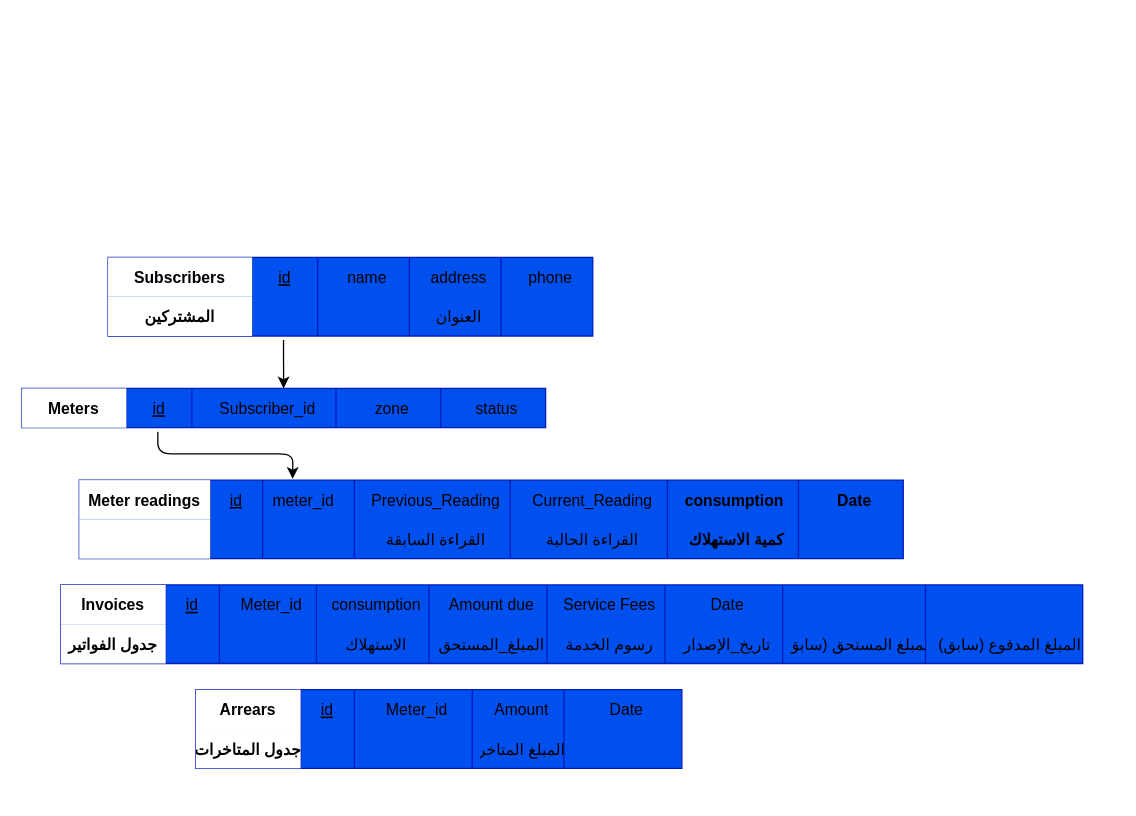
Earlier version of the draw.io diagram page "Page-1" (1 of 2) of public/DFD.drawio (hashalshami/Energy-Station-System). Source tidied: cells renumbered, new cells numbered last; positions are measured from the earlier drawing's top-left corner, leaving out a move shared by most shapes. Both pictures are drawn from the tidied source at 131%, with x=0, y=0 at pixel (21, 257).
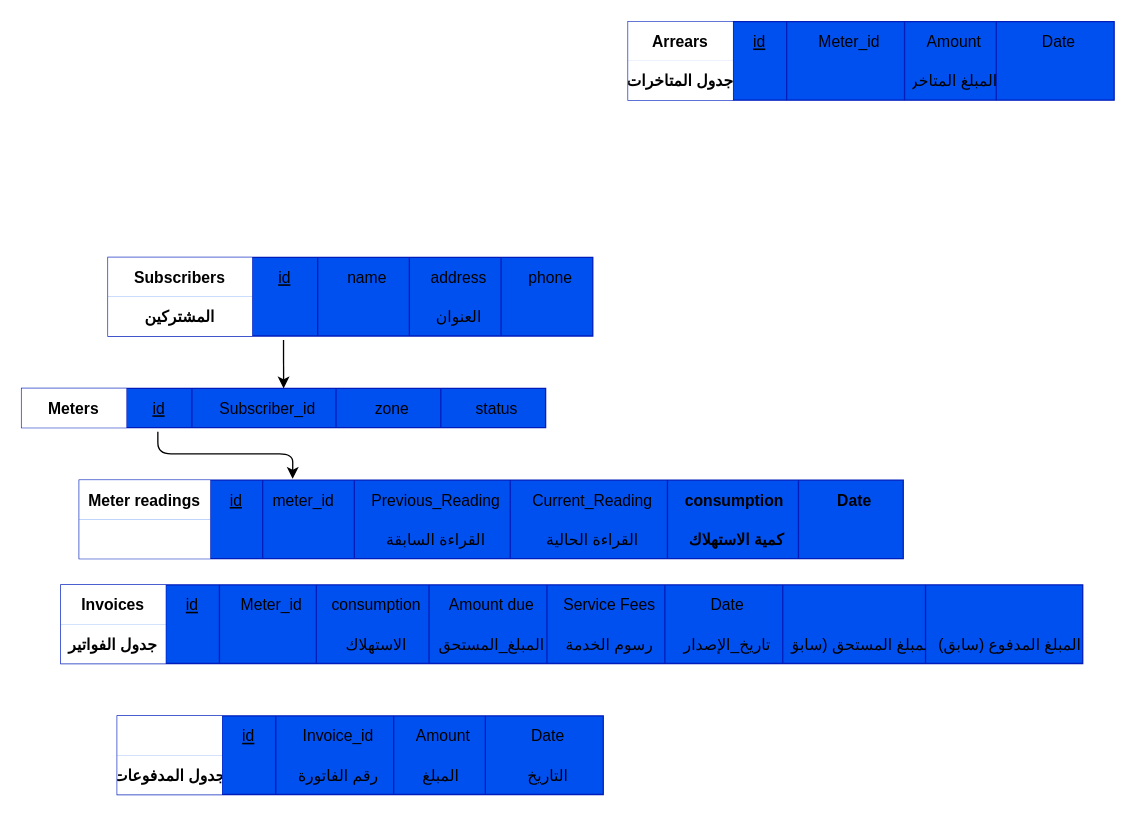
The same diagram, later.

Unchanged cells that the change refers to:
```xml
<mxCell id="41" style="shape=tableRow;horizontal=0;startSize=0;swimlaneHead=0;swimlaneBody=0;fillColor=none;top=0;left=0;right=0;bottom=0;strokeColor=#001DBC;" parent="40" vertex="1">
  <mxGeometry width="371" height="30" as="geometry" />
</mxCell>
<mxCell id="47" style="shape=tableRow;horizontal=0;startSize=0;swimlaneHead=0;swimlaneBody=0;fillColor=none;top=0;left=0;right=0;bottom=0;strokeColor=#001DBC;" parent="40" vertex="1">
  <mxGeometry y="30" width="371" height="30" as="geometry" />
</mxCell>
```

The edit, as a diff of the source:
```diff
@@
     <mxCell id="40" style="shape=table;startSize=0;childLayout=tableLayout;rowLines=0;fontStyle=0;align=center;strokeColor=#001DBC;fillColor=#0050ef;fontColor=#ffffff;" parent="1" vertex="1">
-      <mxGeometry x="133" y="330" width="371" height="60" as="geometry" />
+      <mxGeometry x="73" y="350" width="371" height="60" as="geometry" />
     </mxCell>
@@
-    <mxCell id="42" value="Arrears" style="shape=partialRectangle;top=0;left=0;bottom=0;right=0;overflow=hidden;fontStyle=1;strokeColor=#001DBC;" parent="41" vertex="1">
+    <mxCell id="42" style="shape=partialRectangle;top=0;left=0;bottom=0;right=0;overflow=hidden;fontStyle=1;strokeColor=#001DBC;" parent="41" vertex="1">
       <mxGeometry width="80" height="30" as="geometry" />
     </mxCell>
@@
-    <mxCell id="44" value="Meter_id" style="shape=partialRectangle;fillColor=none;top=0;left=0;bottom=0;right=0;align=center;spacingLeft=6;overflow=hidden;strokeColor=#001DBC;" parent="41" vertex="1">
+    <mxCell id="44" value="Invoice_id" style="shape=partialRectangle;fillColor=none;top=0;left=0;bottom=0;right=0;align=center;spacingLeft=6;overflow=hidden;strokeColor=#001DBC;" parent="41" vertex="1">
       <mxGeometry x="121" width="90" height="30" as="geometry" />
     </mxCell>
@@
-    <mxCell id="48" value="جدول المتاخرات" style="shape=partialRectangle;top=0;left=0;bottom=0;right=0;overflow=hidden;fontStyle=1;strokeColor=#001DBC;" parent="47" vertex="1">
+    <mxCell id="48" value="جدول المدفوعات" style="shape=partialRectangle;top=0;left=0;bottom=0;right=0;overflow=hidden;fontStyle=1;strokeColor=#001DBC;" parent="47" vertex="1">
       <mxGeometry width="80" height="30" as="geometry" />
     </mxCell>
@@
-    <mxCell id="50" style="shape=partialRectangle;fillColor=none;top=0;left=0;bottom=0;right=0;align=center;spacingLeft=6;overflow=hidden;strokeColor=#001DBC;" parent="47" vertex="1">
+    <mxCell id="50" value="رقم الفاتورة" style="shape=partialRectangle;fillColor=none;top=0;left=0;bottom=0;right=0;align=center;spacingLeft=6;overflow=hidden;strokeColor=#001DBC;" parent="47" vertex="1">
       <mxGeometry x="121" width="90" height="30" as="geometry" />
     </mxCell>
-    <mxCell id="51" value="المبلغ المتاخر" style="shape=partialRectangle;fillColor=none;top=0;left=0;bottom=0;right=0;align=center;spacingLeft=6;overflow=hidden;strokeColor=#001DBC;" parent="47" vertex="1">
+    <mxCell id="51" value="المبلغ " style="shape=partialRectangle;fillColor=none;top=0;left=0;bottom=0;right=0;align=center;spacingLeft=6;overflow=hidden;strokeColor=#001DBC;" parent="47" vertex="1">
       <mxGeometry x="211" width="70" height="30" as="geometry" />
     </mxCell>
-    <mxCell id="52" style="shape=partialRectangle;fillColor=none;top=0;left=0;bottom=0;right=0;align=center;spacingLeft=6;overflow=hidden;strokeColor=#001DBC;" parent="47" vertex="1">
+    <mxCell id="52" value="التاريخ" style="shape=partialRectangle;fillColor=none;top=0;left=0;bottom=0;right=0;align=center;spacingLeft=6;overflow=hidden;strokeColor=#001DBC;" parent="47" vertex="1">
       <mxGeometry x="281" width="90" height="30" as="geometry" />
     </mxCell>
@@
+    <mxCell id="75" style="shape=table;startSize=0;childLayout=tableLayout;rowLines=0;fontStyle=0;align=center;strokeColor=#001DBC;fillColor=#0050ef;fontColor=#ffffff;" parent="1" vertex="1">
+      <mxGeometry x="463" y="-180" width="371" height="60" as="geometry" />
+    </mxCell>
+    <mxCell id="76" style="shape=tableRow;horizontal=0;startSize=0;swimlaneHead=0;swimlaneBody=0;fillColor=none;top=0;left=0;right=0;bottom=0;strokeColor=#001DBC;" parent="75" vertex="1">
+      <mxGeometry width="371" height="30" as="geometry" />
+    </mxCell>
+    <mxCell id="77" value="Arrears" style="shape=partialRectangle;top=0;left=0;bottom=0;right=0;overflow=hidden;fontStyle=1;strokeColor=#001DBC;" parent="76" vertex="1">
+      <mxGeometry width="80" height="30" as="geometry" />
+    </mxCell>
+    <mxCell id="78" value="id" style="shape=partialRectangle;fillColor=none;top=0;left=0;bottom=0;right=0;overflow=hidden;fontStyle=4;strokeColor=#001DBC;" parent="76" vertex="1">
+      <mxGeometry x="80" width="41" height="30" as="geometry" />
+    </mxCell>
+    <mxCell id="79" value="Meter_id" style="shape=partialRectangle;fillColor=none;top=0;left=0;bottom=0;right=0;align=center;spacingLeft=6;overflow=hidden;strokeColor=#001DBC;" parent="76" vertex="1">
+      <mxGeometry x="121" width="90" height="30" as="geometry" />
+    </mxCell>
+    <mxCell id="80" value="Amount" style="shape=partialRectangle;fillColor=none;top=0;left=0;bottom=0;right=0;align=center;spacingLeft=6;overflow=hidden;strokeColor=#001DBC;" parent="76" vertex="1">
+      <mxGeometry x="211" width="70" height="30" as="geometry" />
+    </mxCell>
+    <mxCell id="81" value="Date" style="shape=partialRectangle;fillColor=none;top=0;left=0;bottom=0;right=0;align=center;spacingLeft=6;overflow=hidden;strokeColor=#001DBC;" parent="76" vertex="1">
+      <mxGeometry x="281" width="90" height="30" as="geometry" />
+    </mxCell>
+    <mxCell id="82" style="shape=tableRow;horizontal=0;startSize=0;swimlaneHead=0;swimlaneBody=0;fillColor=none;top=0;left=0;right=0;bottom=0;strokeColor=#001DBC;" parent="75" vertex="1">
+      <mxGeometry y="30" width="371" height="30" as="geometry" />
+    </mxCell>
+    <mxCell id="83" value="جدول المتاخرات" style="shape=partialRectangle;top=0;left=0;bottom=0;right=0;overflow=hidden;fontStyle=1;strokeColor=#001DBC;" parent="82" vertex="1">
+      <mxGeometry width="80" height="30" as="geometry" />
+    </mxCell>
+    <mxCell id="84" style="shape=partialRectangle;fillColor=none;top=0;left=0;bottom=0;right=0;overflow=hidden;fontStyle=4;strokeColor=#001DBC;" parent="82" vertex="1">
+      <mxGeometry x="80" width="41" height="30" as="geometry" />
+    </mxCell>
+    <mxCell id="85" style="shape=partialRectangle;fillColor=none;top=0;left=0;bottom=0;right=0;align=center;spacingLeft=6;overflow=hidden;strokeColor=#001DBC;" parent="82" vertex="1">
+      <mxGeometry x="121" width="90" height="30" as="geometry" />
+    </mxCell>
+    <mxCell id="86" value="المبلغ المتاخر" style="shape=partialRectangle;fillColor=none;top=0;left=0;bottom=0;right=0;align=center;spacingLeft=6;overflow=hidden;strokeColor=#001DBC;" parent="82" vertex="1">
+      <mxGeometry x="211" width="70" height="30" as="geometry" />
+    </mxCell>
+    <mxCell id="87" style="shape=partialRectangle;fillColor=none;top=0;left=0;bottom=0;right=0;align=center;spacingLeft=6;overflow=hidden;strokeColor=#001DBC;" parent="82" vertex="1">
+      <mxGeometry x="281" width="90" height="30" as="geometry" />
+    </mxCell>
```
